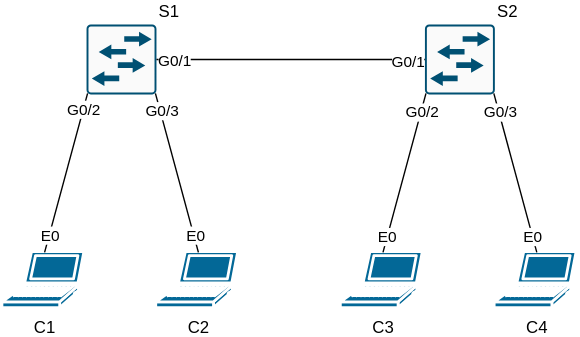
ackindelt-cyber/ackindelt-networking-cml keeps this draw.io diagram as modules/layer-2/vlan/vlan-trunking/topology/diagram.svg. Above is the earlier version. Source tidied: cells renumbered, new cells last; positions are measured from the earlier drawing's top-left corner, leaving out a move shared by most shapes. Source of this version:
```xml
<mxGraphModel>
  <root>
    <mxCell id="0" />
    <mxCell id="1" parent="0" />
    <mxCell id="2" value="C4" style="sketch=0;html=1;dashed=0;fillColor=#036897;strokeColor=#ffffff;strokeWidth=2;verticalLabelPosition=bottom;verticalAlign=top;align=center;outlineConnect=0;shape=mxgraph.cisco.computers_and_peripherals.laptop;" parent="1" vertex="1">
      <mxGeometry x="352" y="163" width="60" height="40" as="geometry" />
    </mxCell>
    <mxCell id="3" value="S1" style="sketch=0;points=[[0.015,0.015,0],[0.985,0.015,0],[0.985,0.985,0],[0.015,0.985,0],[0.25,0,0],[0.5,0,0],[0.75,0,0],[1,0.25,0],[1,0.5,0],[1,0.75,0],[0.75,1,0],[0.5,1,0],[0.25,1,0],[0,0.75,0],[0,0.5,0],[0,0.25,0]];verticalLabelPosition=top;html=1;verticalAlign=bottom;align=left;shape=mxgraph.cisco19.rect;prIcon=l2_switch;fillColor=#FAFAFA;strokeColor=#005073;labelPosition=right;" parent="1" vertex="1">
      <mxGeometry x="60" width="50" height="50" as="geometry" />
    </mxCell>
    <mxCell id="4" value="S2" style="sketch=0;points=[[0.015,0.015,0],[0.985,0.015,0],[0.985,0.985,0],[0.015,0.985,0],[0.25,0,0],[0.5,0,0],[0.75,0,0],[1,0.25,0],[1,0.5,0],[1,0.75,0],[0.75,1,0],[0.5,1,0],[0.25,1,0],[0,0.75,0],[0,0.5,0],[0,0.25,0]];verticalLabelPosition=top;html=1;verticalAlign=bottom;align=left;shape=mxgraph.cisco19.rect;prIcon=l2_switch;fillColor=#FAFAFA;strokeColor=#005073;labelPosition=right;" parent="1" vertex="1">
      <mxGeometry x="302" width="50" height="50" as="geometry" />
    </mxCell>
    <mxCell id="5" style="rounded=0;jettySize=auto;html=1;exitX=1;exitY=0.5;exitDx=0;exitDy=0;exitPerimeter=0;entryX=0;entryY=0.5;entryDx=0;entryDy=0;entryPerimeter=0;endArrow=none;endFill=0;" parent="1" edge="1" source="3" target="4">
      <mxGeometry relative="1" as="geometry" />
    </mxCell>
    <mxCell id="6" value="G0/1" style="edgeLabel;html=1;align=center;verticalAlign=middle;" parent="5" vertex="1">
      <mxGeometry x="-0.88" relative="1" as="geometry" />
    </mxCell>
    <mxCell id="7" value="G0/1" style="edgeLabel;html=1;align=center;verticalAlign=middle;" parent="5" vertex="1">
      <mxGeometry x="0.86" y="-1" relative="1" as="geometry" />
    </mxCell>
    <mxCell id="8" value="C2" style="sketch=0;html=1;dashed=0;fillColor=#036897;strokeColor=#ffffff;strokeWidth=2;verticalLabelPosition=bottom;verticalAlign=top;align=center;outlineConnect=0;shape=mxgraph.cisco.computers_and_peripherals.laptop;" parent="1" vertex="1">
      <mxGeometry x="110" y="163" width="60" height="40" as="geometry" />
    </mxCell>
    <mxCell id="9" value="C3" style="sketch=0;html=1;dashed=0;fillColor=#036897;strokeColor=#ffffff;strokeWidth=2;verticalLabelPosition=bottom;verticalAlign=top;align=center;outlineConnect=0;shape=mxgraph.cisco.computers_and_peripherals.laptop;" parent="1" vertex="1">
      <mxGeometry x="242" y="163" width="60" height="40" as="geometry" />
    </mxCell>
    <mxCell id="10" value="C1" style="sketch=0;html=1;dashed=0;fillColor=#036897;strokeColor=#ffffff;strokeWidth=2;verticalLabelPosition=bottom;verticalAlign=top;align=center;outlineConnect=0;shape=mxgraph.cisco.computers_and_peripherals.laptop;" parent="1" vertex="1">
      <mxGeometry y="163" width="60" height="40" as="geometry" />
    </mxCell>
    <mxCell id="11" style="rounded=0;jettySize=auto;html=1;exitX=0.015;exitY=0.985;exitDx=0;exitDy=0;exitPerimeter=0;entryX=0.5;entryY=0;entryDx=0;entryDy=0;entryPerimeter=0;endArrow=none;endFill=0;" parent="1" edge="1" source="3" target="10">
      <mxGeometry relative="1" as="geometry" />
    </mxCell>
    <mxCell id="12" value="G0/2" style="edgeLabel;html=1;align=center;verticalAlign=middle;" parent="11" vertex="1">
      <mxGeometry x="-0.79" relative="1" as="geometry" />
    </mxCell>
    <mxCell id="13" value="E0" style="edgeLabel;html=1;align=center;verticalAlign=middle;" parent="11" vertex="1">
      <mxGeometry x="0.78" y="1" relative="1" as="geometry">
        <mxPoint x="-1" as="offset" />
      </mxGeometry>
    </mxCell>
    <mxCell id="14" style="rounded=0;jettySize=auto;html=1;exitX=0.985;exitY=0.985;exitDx=0;exitDy=0;exitPerimeter=0;entryX=0.5;entryY=0;entryDx=0;entryDy=0;entryPerimeter=0;endArrow=none;endFill=0;" parent="1" edge="1" source="3" target="8">
      <mxGeometry relative="1" as="geometry" />
    </mxCell>
    <mxCell id="15" value="G0/3" style="edgeLabel;html=1;align=center;verticalAlign=middle;" parent="14" vertex="1">
      <mxGeometry x="-0.79" relative="1" as="geometry">
        <mxPoint x="1" as="offset" />
      </mxGeometry>
    </mxCell>
    <mxCell id="16" value="E0" style="edgeLabel;html=1;align=center;verticalAlign=middle;" parent="14" vertex="1">
      <mxGeometry x="0.74" y="-1" relative="1" as="geometry">
        <mxPoint x="2" y="2" as="offset" />
      </mxGeometry>
    </mxCell>
    <mxCell id="17" style="rounded=0;jettySize=auto;html=1;exitX=0.5;exitY=0;exitDx=0;exitDy=0;exitPerimeter=0;entryX=0.015;entryY=0.985;entryDx=0;entryDy=0;entryPerimeter=0;endArrow=none;endFill=0;" parent="1" edge="1" source="9" target="4">
      <mxGeometry relative="1" as="geometry" />
    </mxCell>
    <mxCell id="18" value="G0/2" style="edgeLabel;html=1;align=center;verticalAlign=middle;" parent="17" vertex="1">
      <mxGeometry x="0.76" relative="1" as="geometry" />
    </mxCell>
    <mxCell id="19" value="E0" style="edgeLabel;html=1;align=center;verticalAlign=middle;" parent="17" vertex="1">
      <mxGeometry x="-0.77" relative="1" as="geometry">
        <mxPoint x="-1" y="2" as="offset" />
      </mxGeometry>
    </mxCell>
    <mxCell id="20" style="rounded=0;jettySize=auto;html=1;exitX=0.5;exitY=0;exitDx=0;exitDy=0;exitPerimeter=0;entryX=0.985;entryY=0.985;entryDx=0;entryDy=0;entryPerimeter=0;endArrow=none;endFill=0;" parent="1" edge="1" source="2" target="4">
      <mxGeometry relative="1" as="geometry" />
    </mxCell>
    <mxCell id="21" value="G0/3" style="edgeLabel;html=1;align=center;verticalAlign=middle;" parent="20" vertex="1">
      <mxGeometry x="0.77" y="-1" relative="1" as="geometry" />
    </mxCell>
    <mxCell id="22" value="E0" style="edgeLabel;html=1;align=center;verticalAlign=middle;" parent="20" vertex="1">
      <mxGeometry x="-0.79" y="1" relative="1" as="geometry">
        <mxPoint x="1" y="1" as="offset" />
      </mxGeometry>
    </mxCell>
  </root>
</mxGraphModel>
```
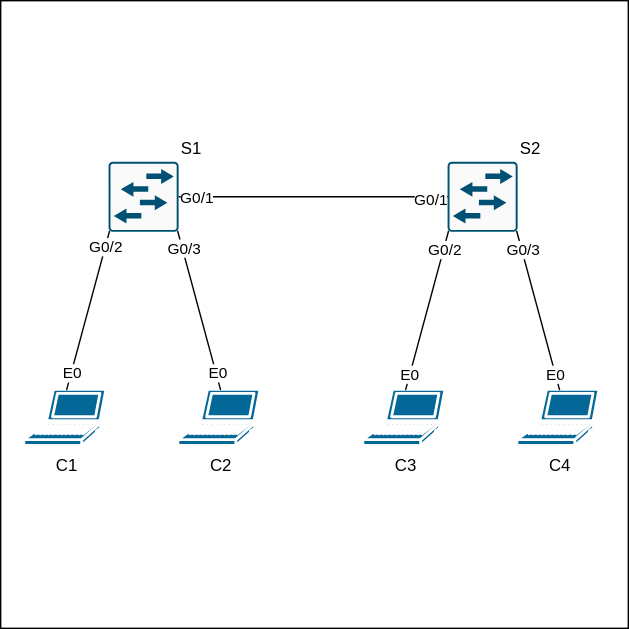
The same diagram one commit later.

Change to the diagram source:
```diff
@@ -2,6 +2,9 @@
   <root>
     <mxCell id="0" />
     <mxCell id="1" parent="0" />
+    <mxCell id="23" style="whiteSpace=wrap;html=1;" parent="1" vertex="1">
+      <mxGeometry x="-17" y="-115" width="448" height="448" as="geometry" />
+    </mxCell>
     <mxCell id="2" value="C4" style="sketch=0;html=1;dashed=0;fillColor=#036897;strokeColor=#ffffff;strokeWidth=2;verticalLabelPosition=bottom;verticalAlign=top;align=center;outlineConnect=0;shape=mxgraph.cisco.computers_and_peripherals.laptop;" parent="1" vertex="1">
       <mxGeometry x="352" y="163" width="60" height="40" as="geometry" />
     </mxCell>
```
